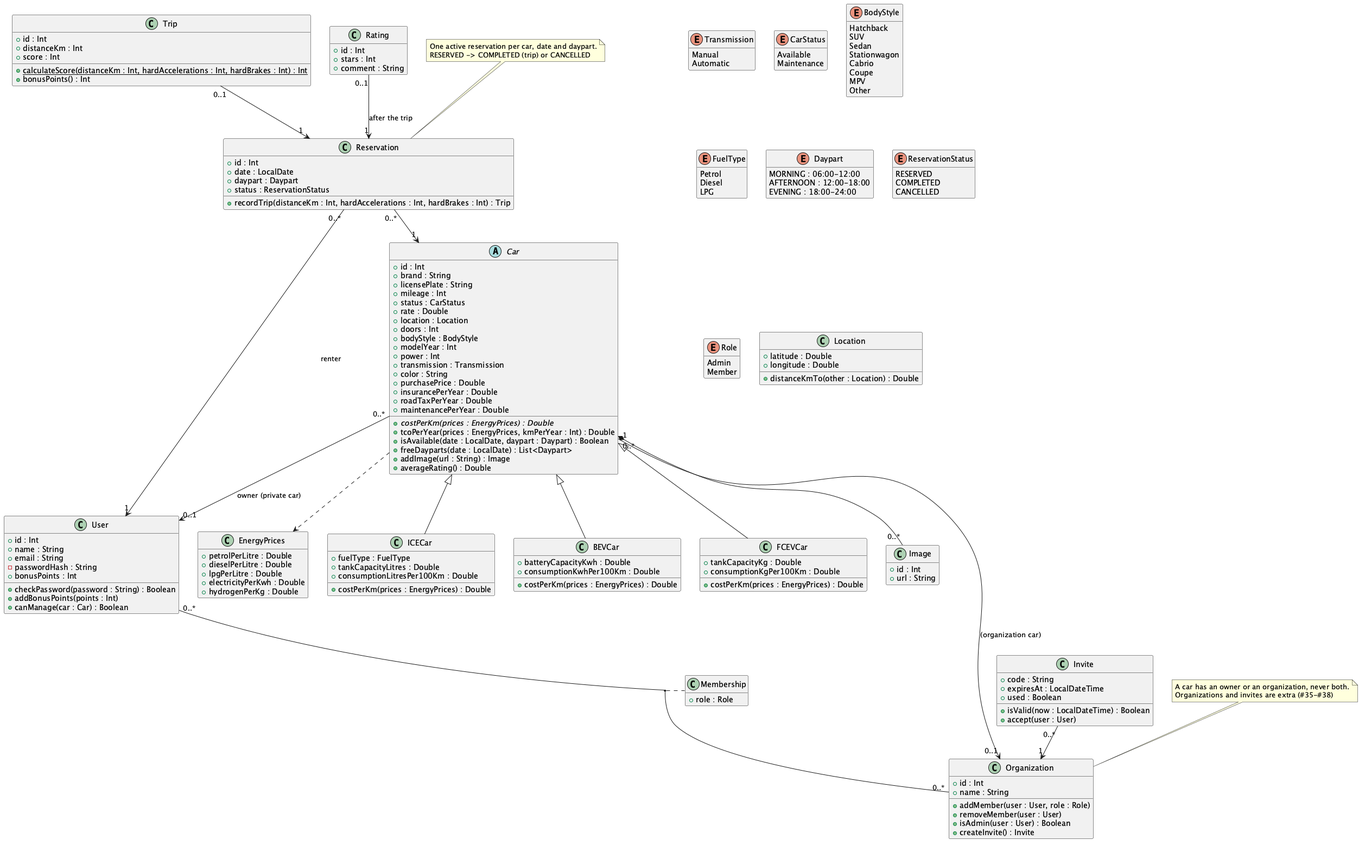
Above: docs/diagrams/domain-model.png in Rent-a-car-38291/rent-a-car (PlantUML), before the change.
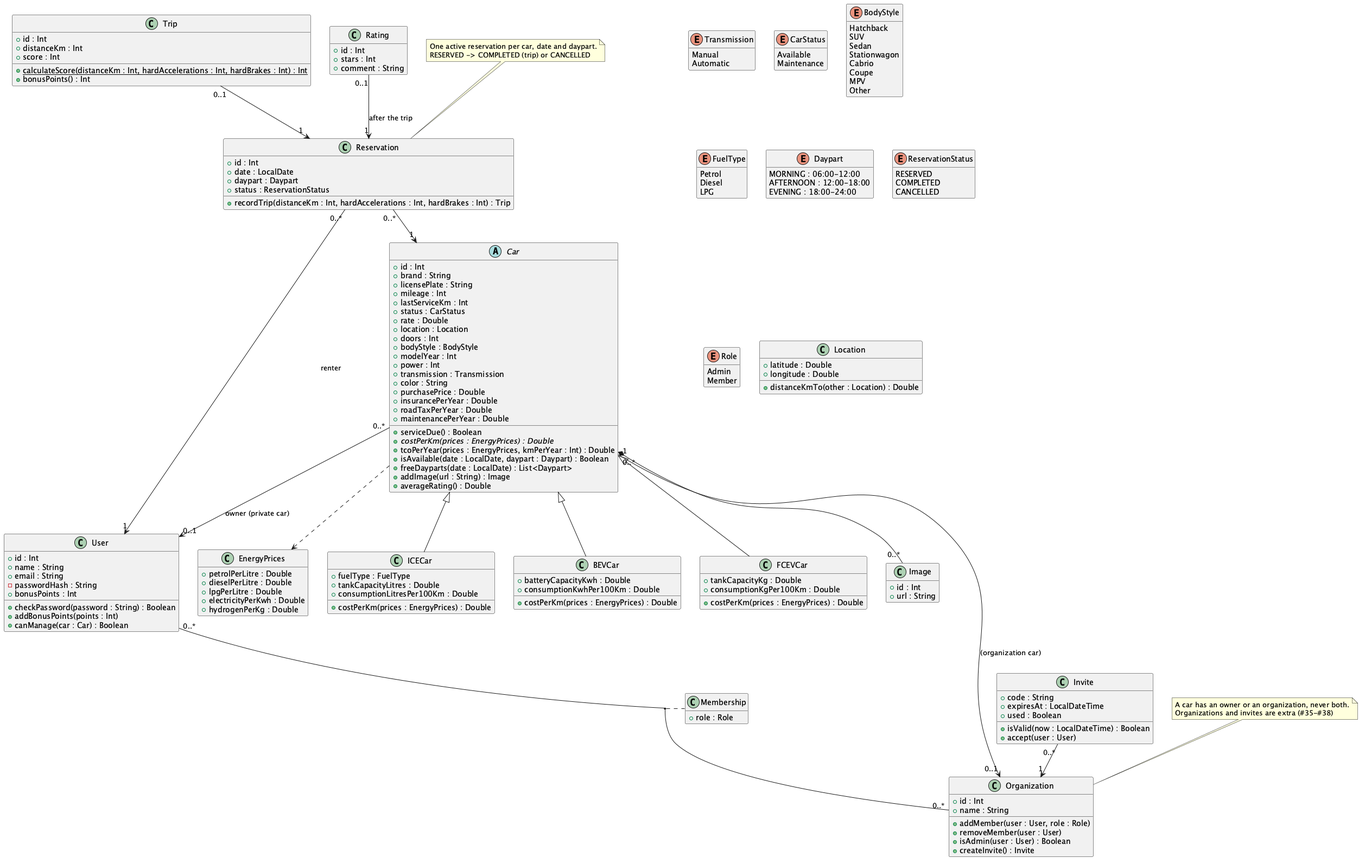
After the commit.

Diff of the diagram source:
```diff
@@ -75,6 +75,8 @@
   + brand : String
   + licensePlate : String
   + mileage : Int
+  + lastServiceKm : Int
+  + serviceDue() : Boolean
   + status : CarStatus
   + rate : Double
   + location : Location
```
